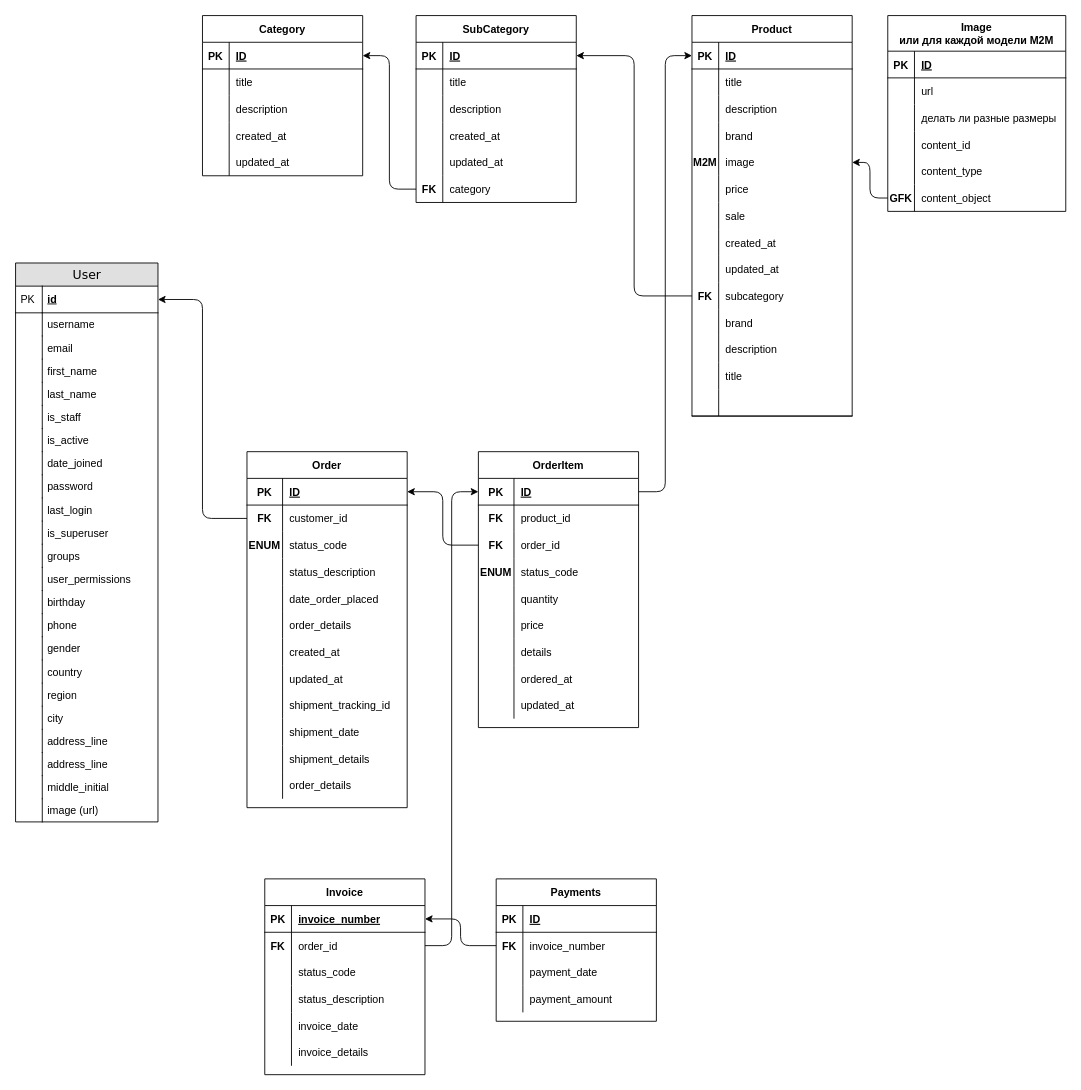
This is database.drawio from Dragonfly-Co/django-shop-sample, a draw.io file, before an edit. Source tidied: cells renumbered, new cells numbered last; positions are measured from the earlier drawing's top-left corner, leaving out a move shared by most shapes. Both pictures are drawn from the tidied source at 89%, with x=0, y=0 at pixel (15, 15).
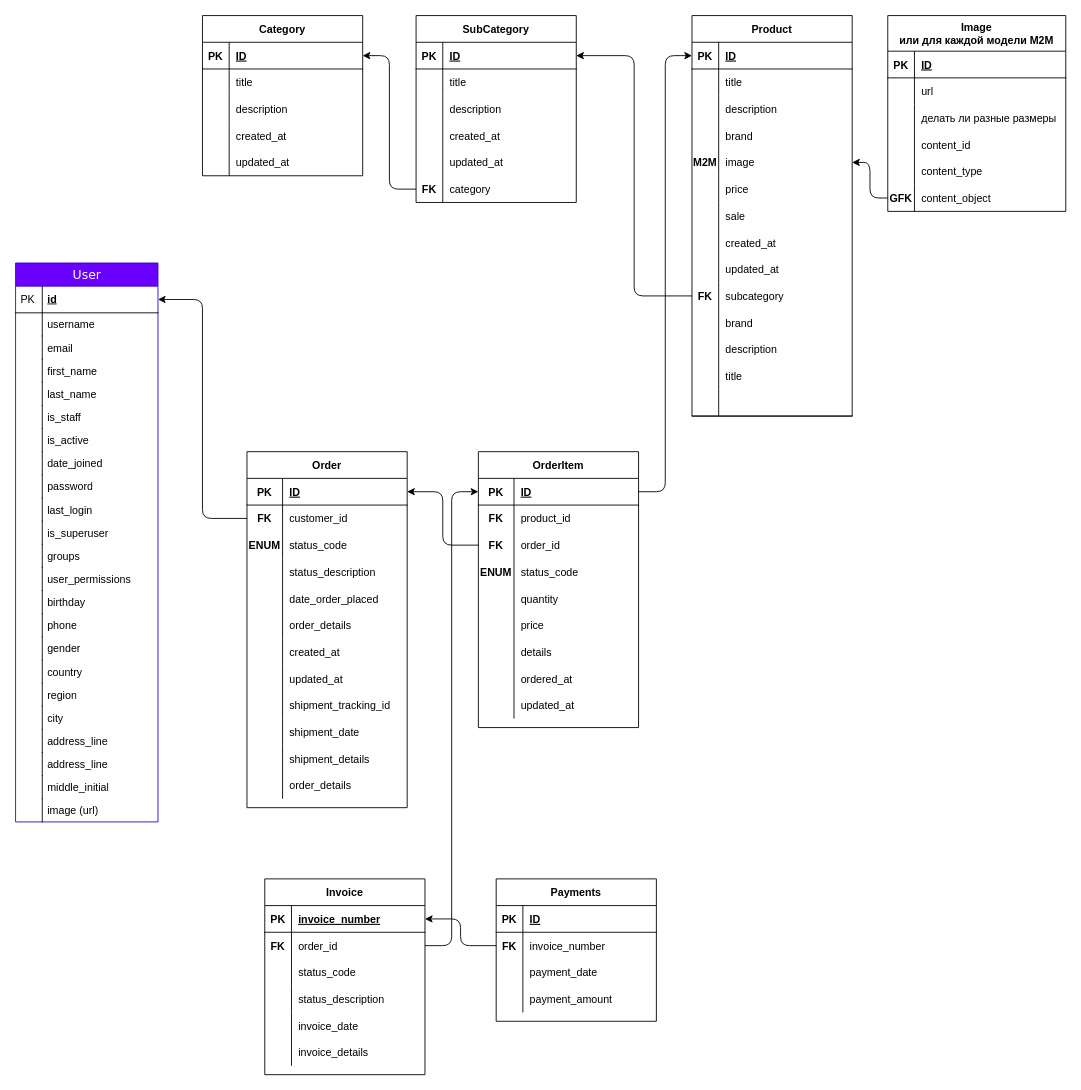
After the change.

Diff of the diagram source:
```diff
@@
-    <mxCell id="2" value="User" style="swimlane;html=1;fontStyle=0;horizontal=1;startSize=26;fillColor=#e0e0e0;swimlaneFillColor=#ffffff;align=center;rounded=0;shadow=0;comic=0;labelBackgroundColor=none;strokeWidth=1;fontFamily=Verdana;fontSize=14;" parent="1" vertex="1">
+    <mxCell id="2" value="User" style="swimlane;html=1;fontStyle=0;horizontal=1;startSize=26;fillColor=#6a00ff;swimlaneFillColor=none;align=center;rounded=0;shadow=0;comic=0;labelBackgroundColor=none;strokeWidth=1;fontFamily=Verdana;fontSize=14;fontColor=#ffffff;labelBorderColor=none;strokeColor=#3700CC;" parent="1" vertex="1">
       <mxGeometry y="278" width="160" height="628" as="geometry" />
     </mxCell>
```
